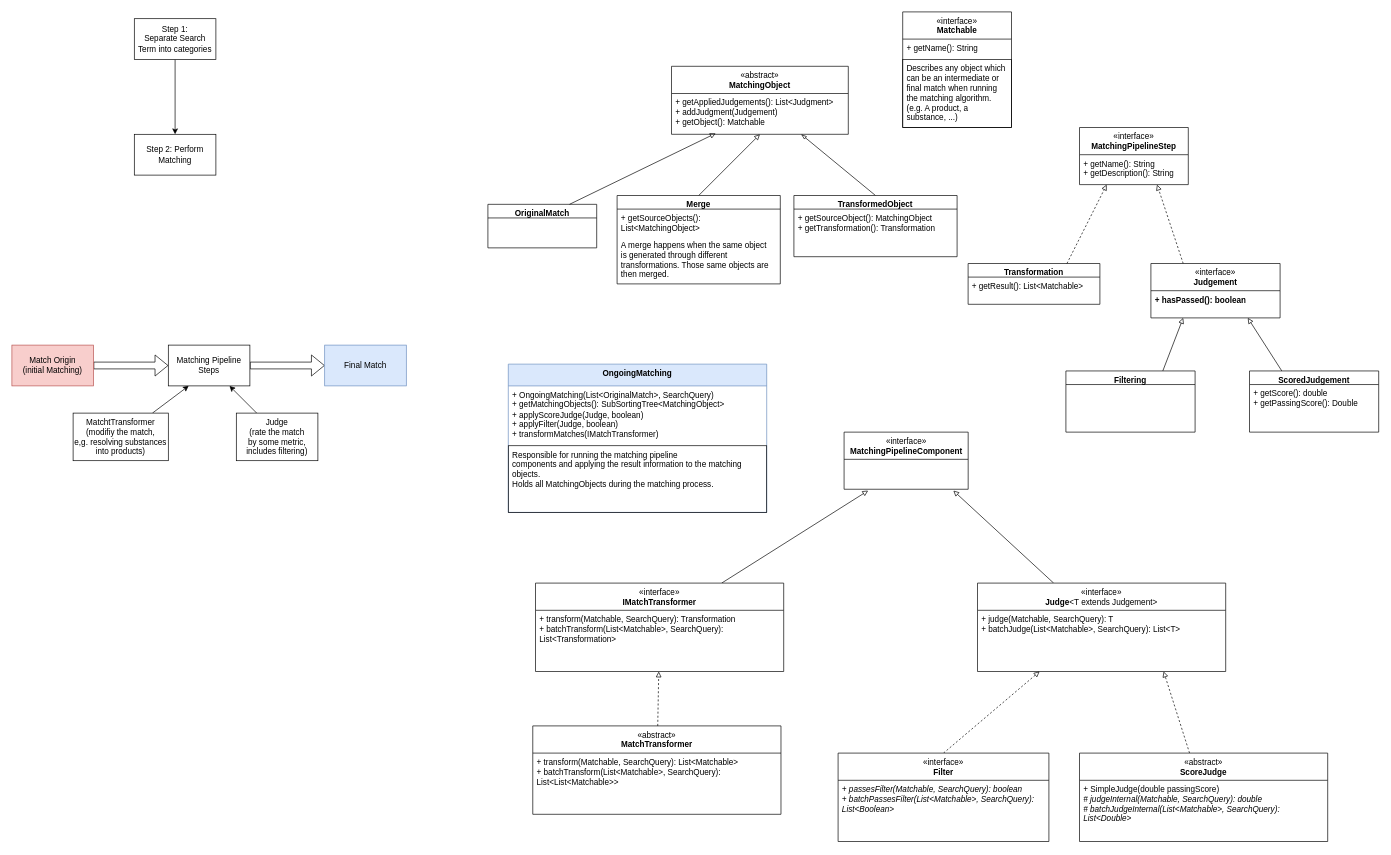
Above: doc/Unstructured Structure Planning.drawio in medizininformatik-initiative/Medication-Graph-FHIR-Converter (draw.io), before the change. Source tidied: cells renumbered, new cells numbered last; positions are measured from the earlier drawing's top-left corner, leaving out a move shared by most shapes. Both pictures are drawn from the tidied source at 68%, with x=0, y=0 at pixel (12, 12).
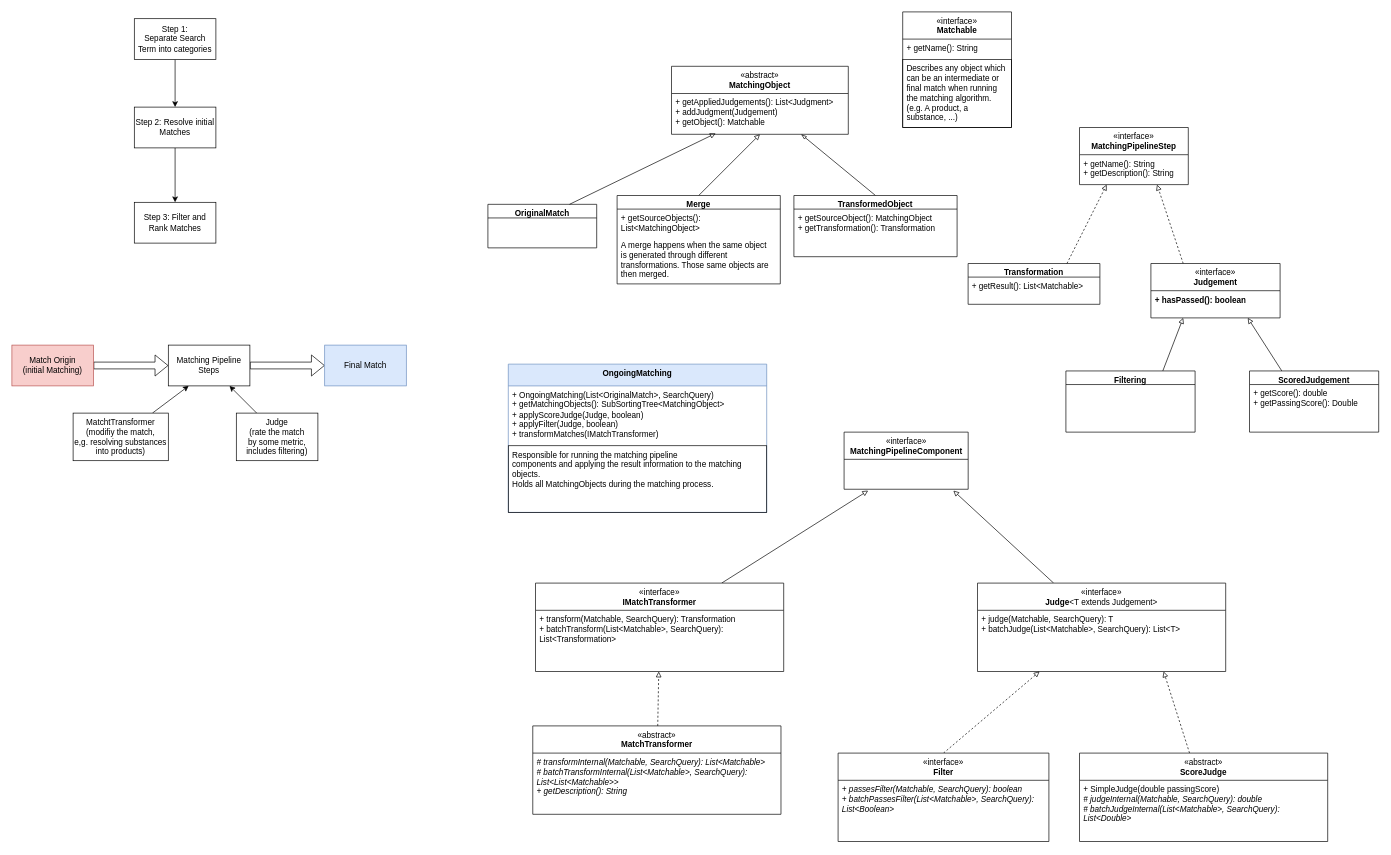
After the change.

Unchanged cells that the change refers to:
```xml
<mxCell id="3" value="&lt;div&gt;Step 1:&lt;/div&gt;&lt;div&gt;Separate Search Term into categories&lt;br&gt;&lt;/div&gt;" style="rounded=0;whiteSpace=wrap;html=1;" parent="1" vertex="1">
  <mxGeometry x="180" y="10" width="120" height="60" as="geometry" />
</mxCell>
<mxCell id="54" value="&lt;span style=&quot;font-weight: normal;&quot;&gt;«abstract»&lt;/span&gt;&lt;br&gt;MatchTransformer" style="swimlane;fontStyle=1;align=center;verticalAlign=top;horizontal=1;startSize=40;whiteSpace=wrap;html=1;" parent="1" vertex="1">
  <mxGeometry x="766" y="1050" width="365" height="130" as="geometry" />
</mxCell>
```

The edit, as a diff of the source:
```diff
@@
-    <mxCell id="2" style="edgeStyle=orthogonalEdgeStyle;rounded=0;jettySize=auto;html=1;" parent="1" edge="1" source="3" target="4">
+    <mxCell id="2" style="edgeStyle=orthogonalEdgeStyle;rounded=0;jettySize=auto;html=1;entryX=0.5;entryY=0;entryDx=0;entryDy=0;" parent="1" edge="1" source="3" target="61">
       <mxGeometry relative="1" as="geometry" />
     </mxCell>
@@
-    <mxCell id="4" value="Step 2: Perform Matching" style="rounded=0;whiteSpace=wrap;html=1;" parent="1" vertex="1">
-      <mxGeometry x="180" y="180" width="120" height="60" as="geometry" />
+    <mxCell id="4" value="Step 3: Filter and Rank Matches" style="rounded=0;whiteSpace=wrap;html=1;" parent="1" vertex="1">
+      <mxGeometry x="180" y="280" width="120" height="60" as="geometry" />
     </mxCell>
@@
-    <mxCell id="55" value="&lt;div&gt;+ transform(Matchable, SearchQuery): List&amp;lt;Matchable&amp;gt;&lt;br&gt;&lt;/div&gt;&lt;div&gt;+ batchTransform(List&amp;lt;Matchable&amp;gt;, SearchQuery): List&amp;lt;List&amp;lt;Matchable&amp;gt;&amp;gt;&lt;br&gt;&lt;/div&gt;" style="text;strokeColor=none;fillColor=none;align=left;verticalAlign=top;spacingLeft=4;spacingRight=4;overflow=hidden;whiteSpace=wrap;html=1;" parent="54" vertex="1">
+    <mxCell id="55" value="&lt;div&gt;&lt;i&gt;# transformInternal(Matchable, SearchQuery): List&amp;lt;Matchable&amp;gt;&lt;br&gt;&lt;/i&gt;&lt;/div&gt;&lt;div&gt;&lt;i&gt;# batchTransformInternal(List&amp;lt;Matchable&amp;gt;, SearchQuery): List&amp;lt;List&amp;lt;Matchable&amp;gt;&amp;gt;&lt;/i&gt;&lt;/div&gt;&lt;div&gt;&lt;i&gt;+ getDescription(): String&lt;br&gt;&lt;/i&gt;&lt;/div&gt;" style="text;strokeColor=none;fillColor=none;align=left;verticalAlign=top;spacingLeft=4;spacingRight=4;overflow=hidden;whiteSpace=wrap;html=1;" parent="54" vertex="1">
       <mxGeometry y="40" width="365" height="90" as="geometry" />
     </mxCell>
@@
+    <mxCell id="60" style="edgeStyle=orthogonalEdgeStyle;rounded=0;jettySize=auto;html=1;exitX=0.5;exitY=1;exitDx=0;exitDy=0;entryX=0.5;entryY=0;entryDx=0;entryDy=0;" parent="1" edge="1" source="61" target="4">
+      <mxGeometry relative="1" as="geometry" />
+    </mxCell>
+    <mxCell id="61" value="Step 2: Resolve initial Matches" style="rounded=0;whiteSpace=wrap;html=1;" parent="1" vertex="1">
+      <mxGeometry x="180" y="140" width="120" height="60" as="geometry" />
+    </mxCell>
```
